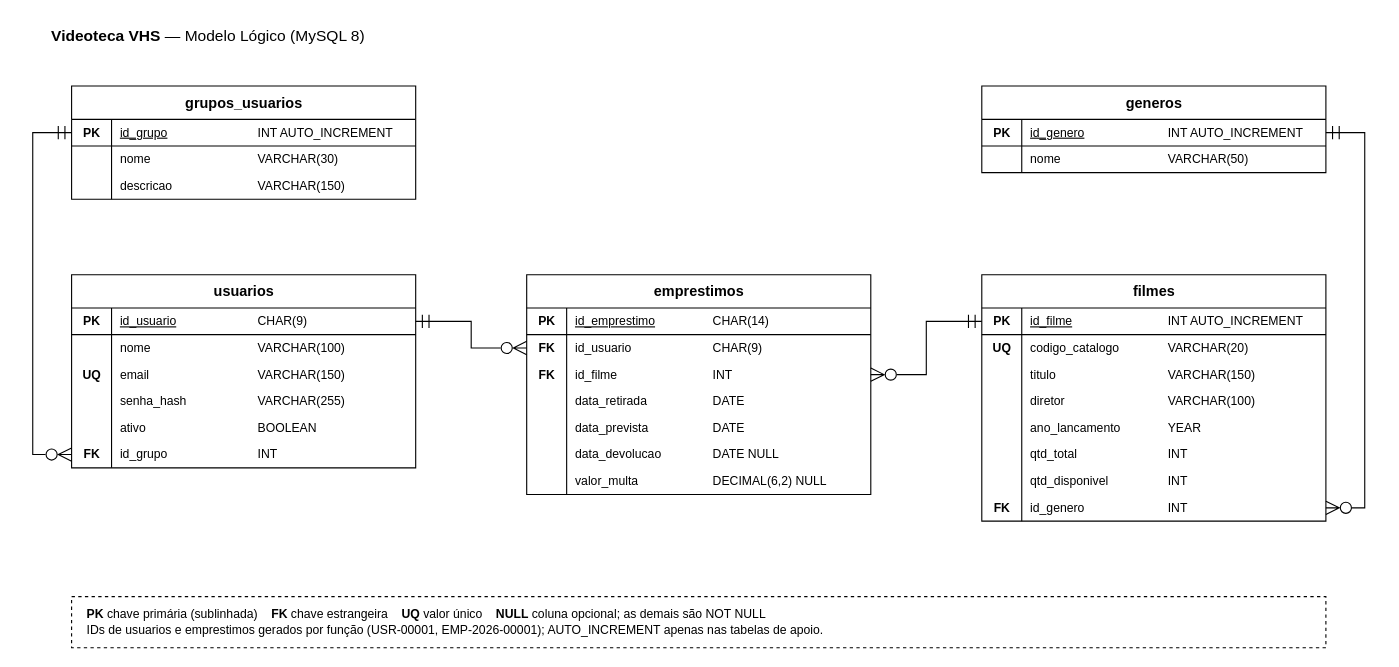
Earlier version of the draw.io diagram page "Lógico" (2 of 2) of docs/modelos.drawio (AugustoEng/videoteca-vhs). Source tidied: cells renumbered, new cells numbered last; positions are measured from the earlier drawing's top-left corner, leaving out a move shared by most shapes. Both pictures are drawn from the tidied source at 111%, with x=0, y=0 at pixel (32, 19).
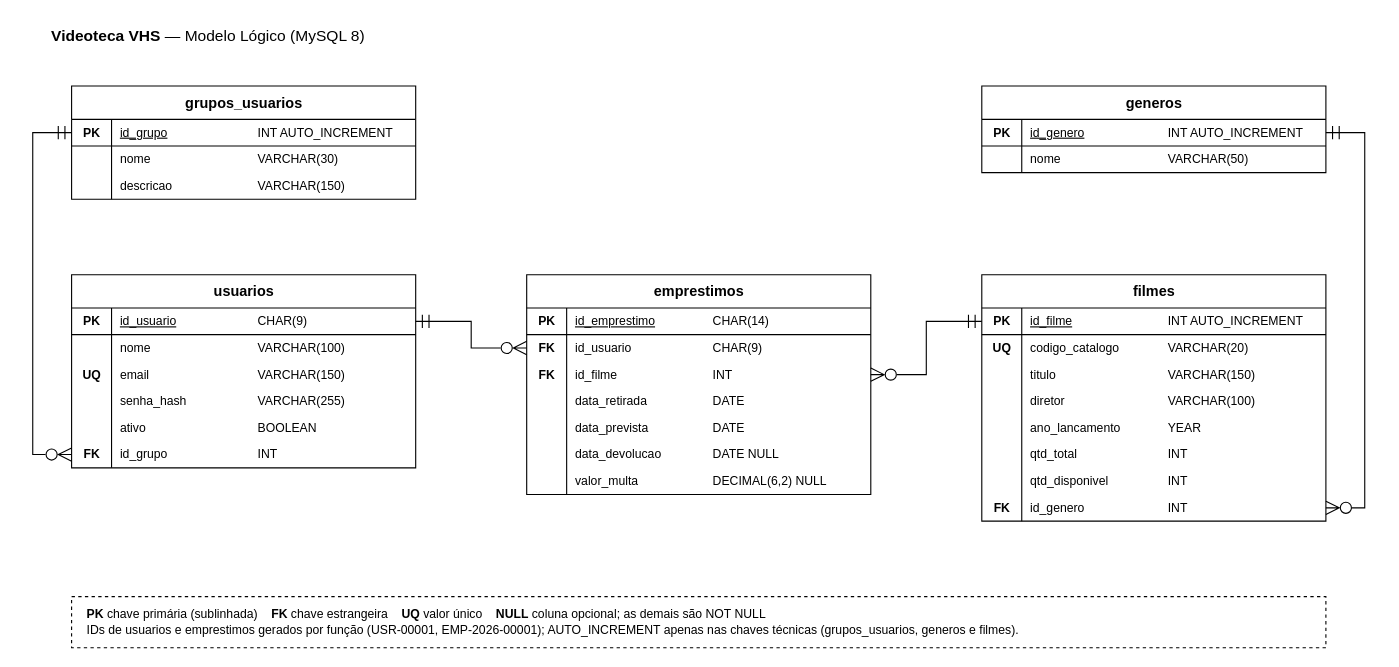
The same diagram, later.

Change to the diagram source:
```diff
@@
-    <mxCell id="126" value="&lt;b&gt;PK&lt;/b&gt; chave primária (sublinhada) &amp;nbsp;&amp;nbsp; &lt;b&gt;FK&lt;/b&gt; chave estrangeira &amp;nbsp;&amp;nbsp; &lt;b&gt;UQ&lt;/b&gt; valor único &amp;nbsp;&amp;nbsp; &lt;b&gt;NULL&lt;/b&gt; coluna opcional; as demais são NOT NULL&lt;br&gt;IDs de usuarios e emprestimos gerados por função (USR-00001, EMP-2026-00001); AUTO_INCREMENT apenas nas tabelas de apoio." style="rounded=0;html=1;fillColor=#FFFFFF;strokeColor=#000000;dashed=1;fontFamily=Arial;fontColor=#000000;fontSize=11;align=left;verticalAlign=middle;spacingLeft=12;" parent="1" vertex="1">
+    <mxCell id="126" value="&lt;b&gt;PK&lt;/b&gt; chave primária (sublinhada) &amp;nbsp;&amp;nbsp; &lt;b&gt;FK&lt;/b&gt; chave estrangeira &amp;nbsp;&amp;nbsp; &lt;b&gt;UQ&lt;/b&gt; valor único &amp;nbsp;&amp;nbsp; &lt;b&gt;NULL&lt;/b&gt; coluna opcional; as demais são NOT NULL&lt;br&gt;IDs de usuarios e emprestimos gerados por função (USR-00001, EMP-2026-00001); AUTO_INCREMENT apenas nas chaves técnicas (grupos_usuarios, generos e filmes)." style="rounded=0;html=1;fillColor=#FFFFFF;strokeColor=#000000;dashed=1;fontFamily=Arial;fontColor=#000000;fontSize=11;align=left;verticalAlign=middle;spacingLeft=12;" parent="1" vertex="1">
       <mxGeometry x="35" y="520" width="1130" height="46" as="geometry" />
     </mxCell>
```
